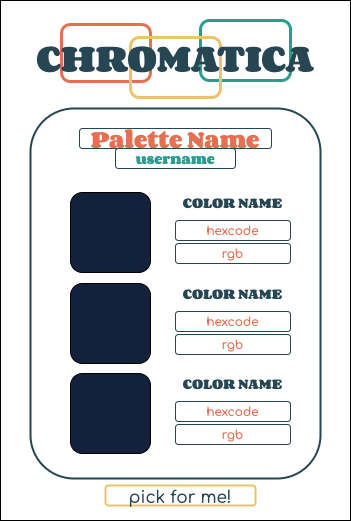
This is wireframes/mobile/mobile-formpage.drawio .png from Raebaeb/chromatic, a draw.io export, as it was before one commit. Source tidied: cells renumbered, new cells last; positions are measured from the earlier drawing's top-left corner, leaving out a move shared by most shapes.
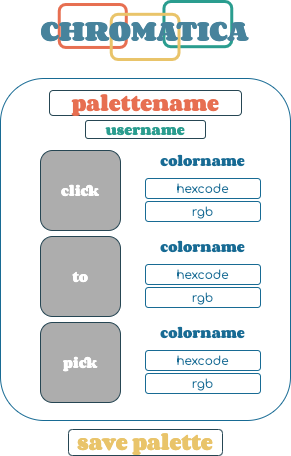
Later version of the same file.

Commit message:
add tablet and laptop wireframes

What changed in the source:
```diff
@@ -1,81 +1,78 @@
-<mxGraphModel>
+<mxGraphModel background="#ffffff">
   <root>
     <mxCell id="0" />
     <mxCell id="1" parent="0" />
-    <mxCell id="2" style="rounded=0;whiteSpace=wrap;html=1;fillColor=#FFFFFF;" parent="1" vertex="1">
-      <mxGeometry width="350" height="520" as="geometry" />
-    </mxCell>
     <mxCell id="3" style="group;" parent="1" vertex="1">
-      <mxGeometry x="60" y="20" width="230" height="77" as="geometry" />
+      <mxGeometry x="88" y="20" width="173.2" height="58" as="geometry" />
     </mxCell>
     <mxCell id="4" style="text;html=1;strokeColor=#E76F51;fillColor=none;align=center;verticalAlign=middle;whiteSpace=wrap;rounded=1;fontFamily=Corben;fontSource=https%3A%2F%2Ffonts.google.com%2Fspecimen%2FCorben%3Fpreview.text%3DCHROMATICA%26preview.text_type%3Dcustom%26thickness%3D9;fontStyle=1;strokeWidth=3;shadow=0;labelBackgroundColor=none;labelBorderColor=none;" parent="3" vertex="1">
-      <mxGeometry x="1" y="4" width="89" height="57" as="geometry" />
+      <mxGeometry x="0.8" y="3" width="67" height="42.9" as="geometry" />
     </mxCell>
     <mxCell id="5" style="text;html=1;strokeColor=#2a9d8f;fillColor=none;align=center;verticalAlign=middle;whiteSpace=wrap;rounded=1;fontFamily=Corben;fontSource=https%3A%2F%2Ffonts.google.com%2Fspecimen%2FCorben%3Fpreview.text%3DCHROMATICA%26preview.text_type%3Dcustom%26thickness%3D9;fontStyle=1;strokeWidth=3;shadow=0;labelBackgroundColor=none;labelBorderColor=none;" parent="3" vertex="1">
-      <mxGeometry x="140" width="90" height="60" as="geometry" />
+      <mxGeometry x="105.5" width="67.8" height="45.2" as="geometry" />
     </mxCell>
     <mxCell id="6" style="text;html=1;strokeColor=#e9c46a;fillColor=none;align=center;verticalAlign=middle;whiteSpace=wrap;rounded=1;fontFamily=Corben;fontSource=https%3A%2F%2Ffonts.google.com%2Fspecimen%2FCorben%3Fpreview.text%3DCHROMATICA%26preview.text_type%3Dcustom%26thickness%3D9;fontStyle=1;strokeWidth=3;shadow=0;labelBackgroundColor=none;labelBorderColor=none;" parent="3" vertex="1">
-      <mxGeometry x="70" y="17" width="90" height="60" as="geometry" />
+      <mxGeometry x="52.7" y="12.8" width="67.8" height="45.2" as="geometry" />
     </mxCell>
-    <mxCell id="7" value="&lt;font face=&quot;Corben&quot; style=&quot;font-size: 32px&quot; color=&quot;#264653&quot;&gt;CHROMATICA&lt;/font&gt;" style="text;html=1;strokeColor=none;fillColor=none;align=center;verticalAlign=middle;whiteSpace=wrap;rounded=0;shadow=0;labelBackgroundColor=none;fontFamily=Comfortaa;fontSource=https%3A%2F%2Ffonts.googleapis.com%2Fcss%3Ffamily%3DComfortaa;fontColor=#2A9D8F;" parent="3" vertex="1">
-      <mxGeometry y="27" width="230" height="20" as="geometry" />
+    <mxCell id="7" value="&lt;font face=&quot;Corben&quot; style=&quot;font-size: 24px&quot; color=&quot;#47839c&quot;&gt;CHROMATICA&lt;/font&gt;" style="text;html=1;strokeColor=none;fillColor=none;align=center;verticalAlign=middle;whiteSpace=wrap;rounded=0;shadow=0;labelBackgroundColor=none;fontFamily=Comfortaa;fontSource=https%3A%2F%2Ffonts.googleapis.com%2Fcss%3Ffamily%3DComfortaa;fontColor=#2A9D8F;" parent="3" vertex="1">
+      <mxGeometry y="20.3" width="173.2" height="15.1" as="geometry" />
     </mxCell>
-    <mxCell id="8" style="rounded=1;whiteSpace=wrap;html=1;shadow=0;labelBackgroundColor=none;fontFamily=Corben;fontSource=https%3A%2F%2Ffonts.google.com%2Fspecimen%2FCorben%3Fpreview.text%3DCHROMATICA%26preview.text_type%3Dcustom%26thickness%3D9;fontColor=#264653;strokeColor=#264653;strokeWidth=2;fillColor=#FFFFFF;" parent="1" vertex="1">
-      <mxGeometry x="30" y="108" width="290" height="370" as="geometry" />
+    <mxCell id="8" style="rounded=1;whiteSpace=wrap;html=1;shadow=0;labelBackgroundColor=none;fontFamily=Corben;fontSource=https%3A%2F%2Ffonts.google.com%2Fspecimen%2FCorben%3Fpreview.text%3DCHROMATICA%26preview.text_type%3Dcustom%26thickness%3D9;fontColor=#264653;strokeColor=#186B94;strokeWidth=1;fillColor=none;perimeterSpacing=6;" parent="1" vertex="1">
+      <mxGeometry x="30" y="97" width="290" height="342" as="geometry" />
     </mxCell>
-    <mxCell id="9" value="&lt;font style=&quot;font-size: 20px&quot;&gt;Palette Name&lt;/font&gt;" style="text;html=1;strokeColor=#264653;fillColor=none;align=center;verticalAlign=middle;whiteSpace=wrap;rounded=1;shadow=0;labelBackgroundColor=none;fontFamily=Corben;fontSource=https%3A%2F%2Ffonts.google.com%2Fspecimen%2FCorben%3Fpreview.text%3DCHROMATICA%26preview.text_type%3Dcustom%26thickness%3D9;fontColor=#E76F51;strokeWidth=1;" parent="1" vertex="1">
-      <mxGeometry x="79" y="128" width="192" height="20" as="geometry" />
+    <mxCell id="9" value="&lt;font style=&quot;font-size: 18px&quot;&gt;palettename&lt;/font&gt;" style="text;html=1;strokeColor=#264653;fillColor=none;align=center;verticalAlign=middle;whiteSpace=wrap;rounded=1;shadow=0;labelBackgroundColor=none;fontFamily=Corben;fontSource=https%3A%2F%2Ffonts.google.com%2Fspecimen%2FCorben%3Fpreview.text%3DCHROMATICA%26preview.text_type%3Dcustom%26thickness%3D9;fontColor=#E76F51;strokeWidth=1;" parent="1" vertex="1">
+      <mxGeometry x="79" y="109" width="192" height="25" as="geometry" />
     </mxCell>
     <mxCell id="10" style="group;" parent="1" vertex="1">
-      <mxGeometry x="70" y="192" width="220" height="80" as="geometry" />
+      <mxGeometry x="70" y="169" width="220" height="80" as="geometry" />
     </mxCell>
-    <mxCell id="11" style="rounded=1;whiteSpace=wrap;html=1;shadow=0;labelBackgroundColor=none;fontFamily=Corben;fontSource=https%3A%2F%2Ffonts.google.com%2Fspecimen%2FCorben%3Fpreview.text%3DCHROMATICA%26preview.text_type%3Dcustom%26thickness%3D9;fontColor=#E9C46A;strokeColor=#000000;strokeWidth=1;fillColor=#14213d;" parent="10" vertex="1">
+    <mxCell id="11" value="click" style="rounded=1;whiteSpace=wrap;html=1;shadow=0;labelBackgroundColor=none;fontFamily=Corben;fontSource=https%3A%2F%2Ffonts.google.com%2Fspecimen%2FCorben%3Fpreview.text%3DCHROMATICA%26preview.text_type%3Dcustom%26thickness%3D9;fontColor=#FFFFFF;strokeColor=#264653;strokeWidth=1;fillColor=#ADADAD;" parent="10" vertex="1">
       <mxGeometry width="80" height="80" as="geometry" />
     </mxCell>
-    <mxCell id="12" value="&lt;p style=&quot;line-height: 100%&quot;&gt;COLOR NAME&lt;/p&gt;" style="rounded=1;whiteSpace=wrap;html=1;shadow=0;labelBackgroundColor=none;fontFamily=Corben;fontSource=https%3A%2F%2Ffonts.google.com%2Fspecimen%2FCorben%3Fpreview.text%3DCHROMATICA%26preview.text_type%3Dcustom%26thickness%3D9;fontColor=#264653;strokeColor=none;strokeWidth=2;fillColor=#FFFFFF;" parent="10" vertex="1">
+    <mxCell id="12" value="&lt;p style=&quot;line-height: 100%&quot;&gt;&lt;font color=&quot;#186b94&quot;&gt;colorname&lt;/font&gt;&lt;/p&gt;" style="rounded=1;whiteSpace=wrap;html=1;shadow=0;labelBackgroundColor=none;fontFamily=Corben;fontSource=https%3A%2F%2Ffonts.google.com%2Fspecimen%2FCorben%3Fpreview.text%3DCHROMATICA%26preview.text_type%3Dcustom%26thickness%3D9;fontColor=#264653;strokeColor=none;strokeWidth=2;fillColor=#FFFFFF;" parent="10" vertex="1">
       <mxGeometry x="105" width="115" height="19" as="geometry" />
     </mxCell>
-    <mxCell id="13" value="&lt;font face=&quot;Comfortaa&quot;&gt;hexcode&lt;/font&gt;" style="rounded=1;whiteSpace=wrap;html=1;shadow=0;labelBackgroundColor=none;fontFamily=Corben;fontSource=https%3A%2F%2Ffonts.google.com%2Fspecimen%2FCorben%3Fpreview.text%3DCHROMATICA%26preview.text_type%3Dcustom%26thickness%3D9;fontColor=#E76F51;strokeColor=#264653;strokeWidth=1;fillColor=#FFFFFF;" parent="10" vertex="1">
+    <mxCell id="13" value="&lt;font face=&quot;Comfortaa&quot;&gt;hexcode&lt;/font&gt;" style="rounded=1;whiteSpace=wrap;html=1;shadow=0;labelBackgroundColor=none;fontFamily=Corben;fontSource=https%3A%2F%2Ffonts.google.com%2Fspecimen%2FCorben%3Fpreview.text%3DCHROMATICA%26preview.text_type%3Dcustom%26thickness%3D9;fontColor=#186B94;strokeColor=#186B94;strokeWidth=1;fillColor=none;" parent="10" vertex="1">
       <mxGeometry x="105" y="28" width="115" height="20" as="geometry" />
     </mxCell>
-    <mxCell id="14" value="&lt;font face=&quot;Comfortaa&quot;&gt;rgb&lt;/font&gt;" style="rounded=1;whiteSpace=wrap;html=1;shadow=0;labelBackgroundColor=none;fontFamily=Corben;fontSource=https%3A%2F%2Ffonts.google.com%2Fspecimen%2FCorben%3Fpreview.text%3DCHROMATICA%26preview.text_type%3Dcustom%26thickness%3D9;fontColor=#E76F51;strokeColor=#264653;strokeWidth=1;fillColor=#FFFFFF;" parent="10" vertex="1">
+    <mxCell id="14" value="&lt;font face=&quot;Comfortaa&quot;&gt;rgb&lt;/font&gt;" style="rounded=1;whiteSpace=wrap;html=1;shadow=0;labelBackgroundColor=none;fontFamily=Corben;fontSource=https%3A%2F%2Ffonts.google.com%2Fspecimen%2FCorben%3Fpreview.text%3DCHROMATICA%26preview.text_type%3Dcustom%26thickness%3D9;fontColor=#186B94;strokeColor=#186B94;strokeWidth=1;fillColor=none;" parent="10" vertex="1">
       <mxGeometry x="105" y="51" width="115" height="20" as="geometry" />
     </mxCell>
-    <mxCell id="15" style="group;" parent="1" vertex="1">
-      <mxGeometry x="70" y="283" width="220" height="80" as="geometry" />
-    </mxCell>
-    <mxCell id="16" style="rounded=1;whiteSpace=wrap;html=1;shadow=0;labelBackgroundColor=none;fontFamily=Corben;fontSource=https%3A%2F%2Ffonts.google.com%2Fspecimen%2FCorben%3Fpreview.text%3DCHROMATICA%26preview.text_type%3Dcustom%26thickness%3D9;fontColor=#E9C46A;strokeColor=#000000;strokeWidth=1;fillColor=#14213d;" parent="15" vertex="1">
-      <mxGeometry width="80" height="80" as="geometry" />
-    </mxCell>
-    <mxCell id="17" value="&lt;p style=&quot;line-height: 100%&quot;&gt;COLOR NAME&lt;/p&gt;" style="rounded=1;whiteSpace=wrap;html=1;shadow=0;labelBackgroundColor=none;fontFamily=Corben;fontSource=https%3A%2F%2Ffonts.google.com%2Fspecimen%2FCorben%3Fpreview.text%3DCHROMATICA%26preview.text_type%3Dcustom%26thickness%3D9;fontColor=#264653;strokeColor=none;strokeWidth=2;fillColor=#FFFFFF;" parent="15" vertex="1">
-      <mxGeometry x="105" width="115" height="19" as="geometry" />
-    </mxCell>
-    <mxCell id="18" value="&lt;font face=&quot;Comfortaa&quot;&gt;hexcode&lt;/font&gt;" style="rounded=1;whiteSpace=wrap;html=1;shadow=0;labelBackgroundColor=none;fontFamily=Corben;fontSource=https%3A%2F%2Ffonts.google.com%2Fspecimen%2FCorben%3Fpreview.text%3DCHROMATICA%26preview.text_type%3Dcustom%26thickness%3D9;fontColor=#E76F51;strokeColor=#264653;strokeWidth=1;fillColor=#FFFFFF;" parent="15" vertex="1">
-      <mxGeometry x="105" y="28" width="115" height="20" as="geometry" />
-    </mxCell>
-    <mxCell id="19" value="&lt;font face=&quot;Comfortaa&quot;&gt;rgb&lt;/font&gt;" style="rounded=1;whiteSpace=wrap;html=1;shadow=0;labelBackgroundColor=none;fontFamily=Corben;fontSource=https%3A%2F%2Ffonts.google.com%2Fspecimen%2FCorben%3Fpreview.text%3DCHROMATICA%26preview.text_type%3Dcustom%26thickness%3D9;fontColor=#E76F51;strokeColor=#264653;strokeWidth=1;fillColor=#FFFFFF;" parent="15" vertex="1">
-      <mxGeometry x="105" y="51" width="115" height="20" as="geometry" />
-    </mxCell>
-    <mxCell id="20" style="group;" parent="1" vertex="1">
-      <mxGeometry x="70" y="373" width="220" height="80" as="geometry" />
-    </mxCell>
-    <mxCell id="21" style="rounded=1;whiteSpace=wrap;html=1;shadow=0;labelBackgroundColor=none;fontFamily=Corben;fontSource=https%3A%2F%2Ffonts.google.com%2Fspecimen%2FCorben%3Fpreview.text%3DCHROMATICA%26preview.text_type%3Dcustom%26thickness%3D9;fontColor=#E9C46A;strokeColor=#000000;strokeWidth=1;fillColor=#14213d;" parent="20" vertex="1">
-      <mxGeometry width="80" height="80" as="geometry" />
-    </mxCell>
-    <mxCell id="22" value="&lt;p style=&quot;line-height: 100%&quot;&gt;COLOR NAME&lt;/p&gt;" style="rounded=1;whiteSpace=wrap;html=1;shadow=0;labelBackgroundColor=none;fontFamily=Corben;fontSource=https%3A%2F%2Ffonts.google.com%2Fspecimen%2FCorben%3Fpreview.text%3DCHROMATICA%26preview.text_type%3Dcustom%26thickness%3D9;fontColor=#264653;strokeColor=none;strokeWidth=2;fillColor=#FFFFFF;" parent="20" vertex="1">
-      <mxGeometry x="105" width="115" height="19" as="geometry" />
-    </mxCell>
-    <mxCell id="23" value="&lt;font face=&quot;Comfortaa&quot;&gt;hexcode&lt;/font&gt;" style="rounded=1;whiteSpace=wrap;html=1;shadow=0;labelBackgroundColor=none;fontFamily=Corben;fontSource=https%3A%2F%2Ffonts.google.com%2Fspecimen%2FCorben%3Fpreview.text%3DCHROMATICA%26preview.text_type%3Dcustom%26thickness%3D9;fontColor=#E76F51;strokeColor=#264653;strokeWidth=1;fillColor=#FFFFFF;" parent="20" vertex="1">
-      <mxGeometry x="105" y="28" width="115" height="20" as="geometry" />
-    </mxCell>
-    <mxCell id="24" value="&lt;font face=&quot;Comfortaa&quot;&gt;rgb&lt;/font&gt;" style="rounded=1;whiteSpace=wrap;html=1;shadow=0;labelBackgroundColor=none;fontFamily=Corben;fontSource=https%3A%2F%2Ffonts.google.com%2Fspecimen%2FCorben%3Fpreview.text%3DCHROMATICA%26preview.text_type%3Dcustom%26thickness%3D9;fontColor=#E76F51;strokeColor=#264653;strokeWidth=1;fillColor=#FFFFFF;" parent="20" vertex="1">
-      <mxGeometry x="105" y="51" width="115" height="20" as="geometry" />
-    </mxCell>
     <mxCell id="25" value="&lt;font color=&quot;#2a9d8f&quot;&gt;username&lt;/font&gt;" style="rounded=1;whiteSpace=wrap;html=1;shadow=0;labelBackgroundColor=none;fontFamily=Corben;fontSource=https%3A%2F%2Ffonts.google.com%2Fspecimen%2FCorben%3Fpreview.text%3DCHROMATICA%26preview.text_type%3Dcustom%26thickness%3D9;fontColor=#E76F51;strokeColor=#264653;strokeWidth=1;fillColor=#FFFFFF;" parent="1" vertex="1">
-      <mxGeometry x="115" y="148" width="120" height="20" as="geometry" />
+      <mxGeometry x="115" y="139" width="120" height="18" as="geometry" />
     </mxCell>
-    <mxCell id="26" value="&lt;div&gt;&lt;font color=&quot;#264653&quot; face=&quot;comfortaa&quot; style=&quot;line-height: 60% ; font-size: 17px&quot;&gt;pick for me!&lt;/font&gt;&lt;/div&gt;" style="text;whiteSpace=wrap;html=1;align=center;strokeColor=#E9C46A;rounded=1;strokeWidth=2;" parent="1" vertex="1">
-      <mxGeometry x="105" y="485" width="150" height="20" as="geometry" />
-    </mxCell>
+    <mxCell id="27" style="group;" parent="1" vertex="1">
+      <mxGeometry x="70" y="255" width="220" height="80" as="geometry" />
+    </mxCell>
+    <mxCell id="28" value="to" style="rounded=1;whiteSpace=wrap;html=1;shadow=0;labelBackgroundColor=none;fontFamily=Corben;fontSource=https%3A%2F%2Ffonts.google.com%2Fspecimen%2FCorben%3Fpreview.text%3DCHROMATICA%26preview.text_type%3Dcustom%26thickness%3D9;fontColor=#FFFFFF;strokeColor=#264653;strokeWidth=1;fillColor=#ADADAD;" parent="27" vertex="1">
+      <mxGeometry width="80" height="80" as="geometry" />
+    </mxCell>
+    <mxCell id="29" value="&lt;p style=&quot;line-height: 100%&quot;&gt;&lt;font color=&quot;#186b94&quot;&gt;colorname&lt;/font&gt;&lt;/p&gt;" style="rounded=1;whiteSpace=wrap;html=1;shadow=0;labelBackgroundColor=none;fontFamily=Corben;fontSource=https%3A%2F%2Ffonts.google.com%2Fspecimen%2FCorben%3Fpreview.text%3DCHROMATICA%26preview.text_type%3Dcustom%26thickness%3D9;fontColor=#264653;strokeColor=none;strokeWidth=2;fillColor=#FFFFFF;" parent="27" vertex="1">
+      <mxGeometry x="105" width="115" height="19" as="geometry" />
+    </mxCell>
+    <mxCell id="30" value="&lt;font face=&quot;Comfortaa&quot;&gt;hexcode&lt;/font&gt;" style="rounded=1;whiteSpace=wrap;html=1;shadow=0;labelBackgroundColor=none;fontFamily=Corben;fontSource=https%3A%2F%2Ffonts.google.com%2Fspecimen%2FCorben%3Fpreview.text%3DCHROMATICA%26preview.text_type%3Dcustom%26thickness%3D9;fontColor=#186B94;strokeColor=#186B94;strokeWidth=1;fillColor=none;" parent="27" vertex="1">
+      <mxGeometry x="105" y="28" width="115" height="20" as="geometry" />
+    </mxCell>
+    <mxCell id="31" value="&lt;font face=&quot;Comfortaa&quot;&gt;rgb&lt;/font&gt;" style="rounded=1;whiteSpace=wrap;html=1;shadow=0;labelBackgroundColor=none;fontFamily=Corben;fontSource=https%3A%2F%2Ffonts.google.com%2Fspecimen%2FCorben%3Fpreview.text%3DCHROMATICA%26preview.text_type%3Dcustom%26thickness%3D9;fontColor=#186B94;strokeColor=#186B94;strokeWidth=1;fillColor=none;" parent="27" vertex="1">
+      <mxGeometry x="105" y="51" width="115" height="20" as="geometry" />
+    </mxCell>
+    <mxCell id="32" style="group;" parent="1" vertex="1">
+      <mxGeometry x="70" y="341" width="220" height="80" as="geometry" />
+    </mxCell>
+    <mxCell id="33" value="pick" style="rounded=1;whiteSpace=wrap;html=1;shadow=0;labelBackgroundColor=none;fontFamily=Corben;fontSource=https%3A%2F%2Ffonts.google.com%2Fspecimen%2FCorben%3Fpreview.text%3DCHROMATICA%26preview.text_type%3Dcustom%26thickness%3D9;fontColor=#FFFFFF;strokeColor=#264653;strokeWidth=1;fillColor=#ADADAD;" parent="32" vertex="1">
+      <mxGeometry width="80" height="80" as="geometry" />
+    </mxCell>
+    <mxCell id="34" value="&lt;p style=&quot;line-height: 100%&quot;&gt;&lt;font color=&quot;#186b94&quot;&gt;colorname&lt;/font&gt;&lt;/p&gt;" style="rounded=1;whiteSpace=wrap;html=1;shadow=0;labelBackgroundColor=none;fontFamily=Corben;fontSource=https%3A%2F%2Ffonts.google.com%2Fspecimen%2FCorben%3Fpreview.text%3DCHROMATICA%26preview.text_type%3Dcustom%26thickness%3D9;fontColor=#264653;strokeColor=none;strokeWidth=2;fillColor=#FFFFFF;" parent="32" vertex="1">
+      <mxGeometry x="105" width="115" height="19" as="geometry" />
+    </mxCell>
+    <mxCell id="35" value="&lt;font face=&quot;Comfortaa&quot;&gt;hexcode&lt;/font&gt;" style="rounded=1;whiteSpace=wrap;html=1;shadow=0;labelBackgroundColor=none;fontFamily=Corben;fontSource=https%3A%2F%2Ffonts.google.com%2Fspecimen%2FCorben%3Fpreview.text%3DCHROMATICA%26preview.text_type%3Dcustom%26thickness%3D9;fontColor=#186B94;strokeColor=#186B94;strokeWidth=1;fillColor=none;" parent="32" vertex="1">
+      <mxGeometry x="105" y="28" width="115" height="20" as="geometry" />
+    </mxCell>
+    <mxCell id="36" value="&lt;font face=&quot;Comfortaa&quot;&gt;rgb&lt;/font&gt;" style="rounded=1;whiteSpace=wrap;html=1;shadow=0;labelBackgroundColor=none;fontFamily=Corben;fontSource=https%3A%2F%2Ffonts.google.com%2Fspecimen%2FCorben%3Fpreview.text%3DCHROMATICA%26preview.text_type%3Dcustom%26thickness%3D9;fontColor=#186B94;strokeColor=#186B94;strokeWidth=1;fillColor=none;" parent="32" vertex="1">
+      <mxGeometry x="105" y="51" width="115" height="20" as="geometry" />
+    </mxCell>
+    <mxCell id="37" value="&lt;font style=&quot;font-size: 18px&quot; color=&quot;#e9c46a&quot;&gt;save palette&lt;/font&gt;" style="text;html=1;strokeColor=#264653;fillColor=none;align=center;verticalAlign=middle;whiteSpace=wrap;rounded=1;shadow=0;labelBackgroundColor=none;fontFamily=Corben;fontSource=https%3A%2F%2Ffonts.google.com%2Fspecimen%2FCorben%3Fpreview.text%3DCHROMATICA%26preview.text_type%3Dcustom%26thickness%3D9;fontColor=#E76F51;strokeWidth=1;" parent="1" vertex="1">
+      <mxGeometry x="98" y="448" width="154" height="26" as="geometry" />
+    </mxCell>
   </root>
 </mxGraphModel>
```
